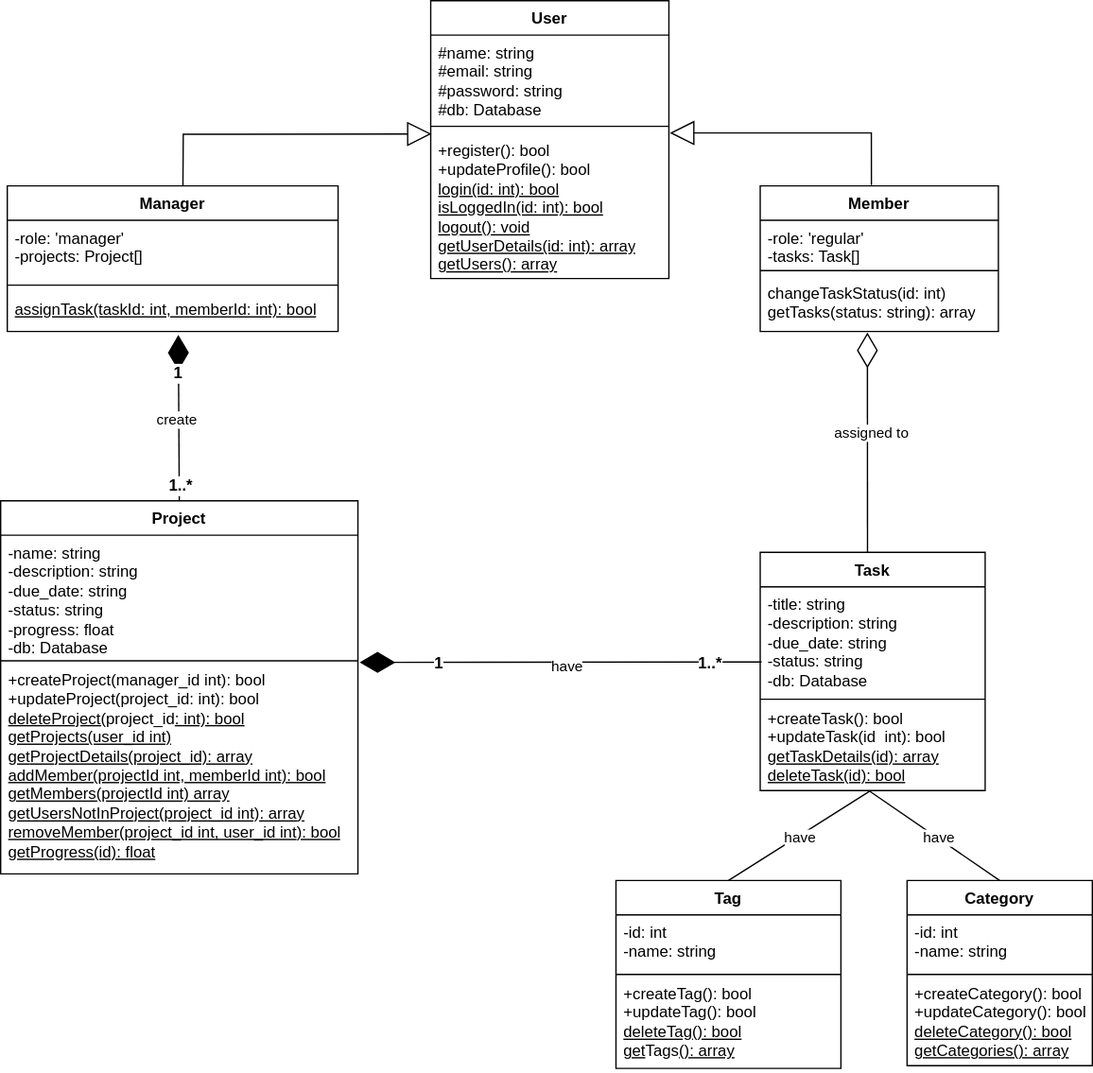
Before: UML Diagrams/class.svg, a diagram exported from draw.io (Youcode-Classe-E-2024-2025/Ayoub_Akraou-Project). Source tidied: cells renumbered, new cells last; positions are measured from the earlier drawing's top-left corner, leaving out a move shared by most shapes.
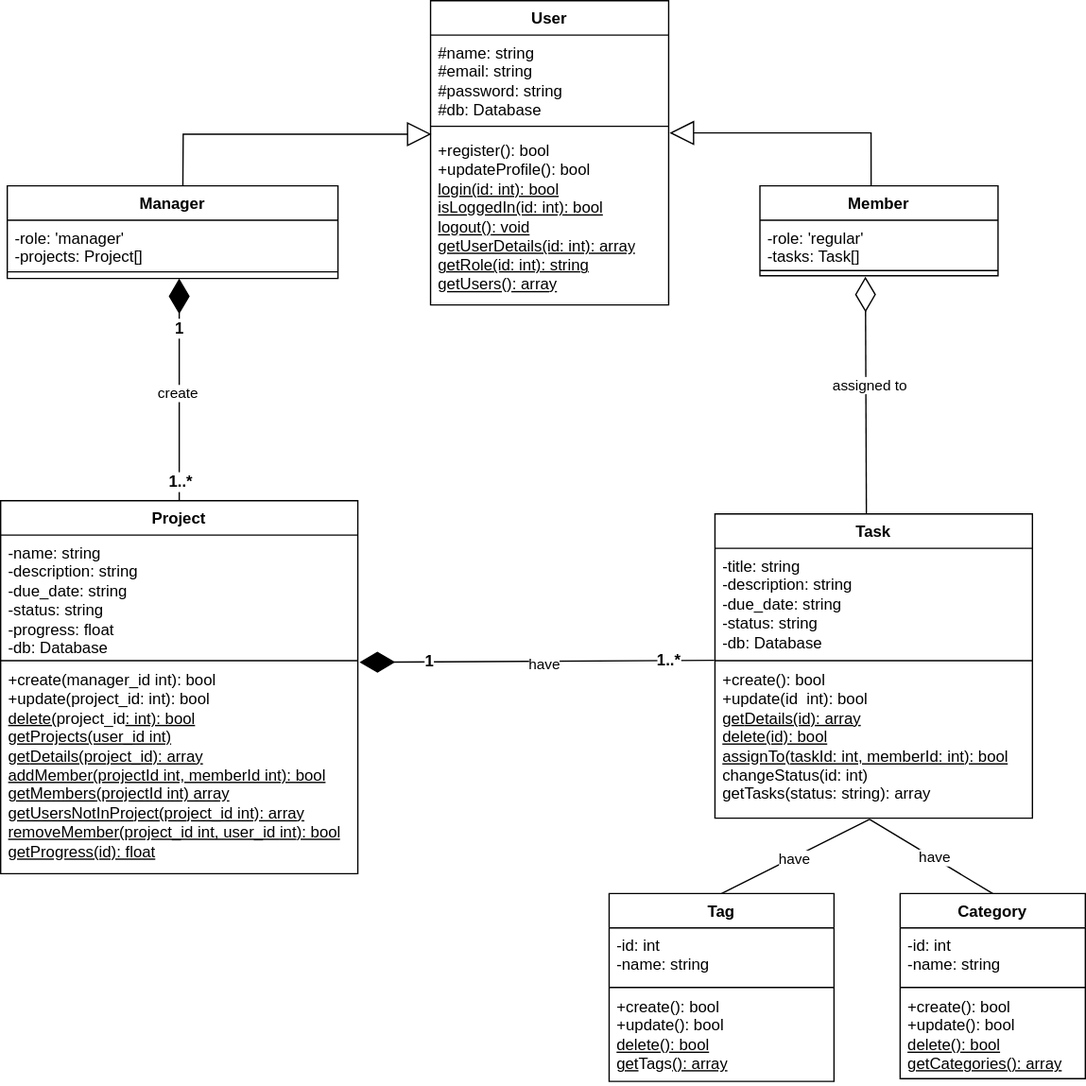
After the change.

Commit message:
mettre a jour les diagrams UML

The edit, as a diff of the source:
```diff
@@ -5,3 +5,3 @@
     <mxCell id="2" value="User" style="swimlane;fontStyle=1;align=center;verticalAlign=top;horizontal=1;startSize=26;whiteSpace=wrap;html=1;" parent="1" vertex="1">
-      <mxGeometry x="325" width="180" height="210" as="geometry" />
+      <mxGeometry x="325" width="180" height="230" as="geometry" />
     </mxCell>
@@ -13,29 +13,26 @@
     </mxCell>
-    <mxCell id="5" value="&lt;div&gt;&lt;span style=&quot;background-color: transparent; color: light-dark(rgb(0, 0, 0), rgb(255, 255, 255));&quot;&gt;+register(): bool&lt;/span&gt;&lt;/div&gt;&lt;div&gt;+updateProfile(): bool&lt;u&gt;&lt;/u&gt;&lt;/div&gt;&lt;div&gt;&lt;u&gt;login(id: int): bool&lt;/u&gt;&lt;/div&gt;&lt;div&gt;&lt;u&gt;isLoggedIn(id: int): bool&lt;/u&gt;&lt;/div&gt;&lt;div&gt;&lt;u&gt;logout(): void&lt;/u&gt;&lt;/div&gt;&lt;div&gt;&lt;u&gt;getUserDetails(id: int): array&lt;/u&gt;&lt;/div&gt;&lt;div&gt;&lt;u&gt;getUsers(): array&lt;/u&gt;&lt;/div&gt;" style="text;strokeColor=none;fillColor=none;align=left;verticalAlign=top;spacingLeft=4;spacingRight=4;overflow=hidden;points=[[0,0.5],[1,0.5]];portConstraint=eastwest;whiteSpace=wrap;html=1;" parent="2" vertex="1">
-      <mxGeometry y="100" width="180" height="110" as="geometry" />
+    <mxCell id="5" value="&lt;div&gt;&lt;span style=&quot;background-color: transparent; color: light-dark(rgb(0, 0, 0), rgb(255, 255, 255));&quot;&gt;+register(): bool&lt;/span&gt;&lt;/div&gt;&lt;div&gt;+updateProfile(): bool&lt;u&gt;&lt;/u&gt;&lt;/div&gt;&lt;div&gt;&lt;u&gt;login(id: int): bool&lt;/u&gt;&lt;/div&gt;&lt;div&gt;&lt;u&gt;isLoggedIn(id: int): bool&lt;/u&gt;&lt;/div&gt;&lt;div&gt;&lt;u&gt;logout(): void&lt;/u&gt;&lt;/div&gt;&lt;div&gt;&lt;u&gt;getUserDetails(id: int): array&lt;/u&gt;&lt;/div&gt;&lt;div&gt;&lt;u&gt;getRole(id: int): string&lt;/u&gt;&lt;/div&gt;&lt;div&gt;&lt;u&gt;getUsers(): array&lt;/u&gt;&lt;/div&gt;" style="text;strokeColor=none;fillColor=none;align=left;verticalAlign=top;spacingLeft=4;spacingRight=4;overflow=hidden;points=[[0,0.5],[1,0.5]];portConstraint=eastwest;whiteSpace=wrap;html=1;" parent="2" vertex="1">
+      <mxGeometry y="100" width="180" height="130" as="geometry" />
     </mxCell>
     <mxCell id="6" value="Task" style="swimlane;fontStyle=1;align=center;verticalAlign=top;horizontal=1;startSize=26;whiteSpace=wrap;html=1;" parent="1" vertex="1">
-      <mxGeometry x="574" y="417" width="170" height="180" as="geometry" />
+      <mxGeometry x="540" y="388" width="240" height="230" as="geometry" />
     </mxCell>
     <mxCell id="7" value="&lt;div&gt;&lt;span style=&quot;background-color: transparent; color: light-dark(rgb(0, 0, 0), rgb(255, 255, 255));&quot;&gt;-title: string&lt;/span&gt;&lt;/div&gt;&lt;div&gt;-description: string&lt;/div&gt;&lt;div&gt;-due_date: string&lt;/div&gt;&lt;div&gt;-status: string&lt;/div&gt;&lt;div&gt;-db: Database&lt;/div&gt;" style="text;strokeColor=none;fillColor=none;align=left;verticalAlign=top;spacingLeft=4;spacingRight=4;overflow=hidden;points=[[0,0.5],[1,0.5]];portConstraint=eastwest;whiteSpace=wrap;html=1;" parent="6" vertex="1">
-      <mxGeometry y="26" width="170" height="84" as="geometry" />
+      <mxGeometry y="26" width="240" height="84" as="geometry" />
     </mxCell>
     <mxCell id="8" style="line;strokeWidth=1;fillColor=none;align=left;verticalAlign=middle;spacingTop=-1;spacingLeft=3;spacingRight=3;labelPosition=right;strokeColor=inherit;" parent="6" vertex="1">
-      <mxGeometry y="110" width="170" height="2" as="geometry" />
+      <mxGeometry y="110" width="240" height="2" as="geometry" />
     </mxCell>
-    <mxCell id="9" value="&lt;div&gt;+createTask(): bool&lt;u style=&quot;background-color: transparent; color: light-dark(rgb(0, 0, 0), rgb(255, 255, 255));&quot;&gt;&lt;/u&gt;&lt;/div&gt;&lt;div&gt;+updateTask(id&amp;nbsp; int): bool&lt;/div&gt;&lt;div&gt;&lt;u style=&quot;background-color: transparent; color: light-dark(rgb(0, 0, 0), rgb(255, 255, 255));&quot;&gt;getTask&lt;span style=&quot;background-color: transparent; color: light-dark(rgb(0, 0, 0), rgb(255, 255, 255));&quot;&gt;Details(id): array&lt;/span&gt;&lt;/u&gt;&lt;/div&gt;&lt;div&gt;&lt;div&gt;&lt;u&gt;deleteTask(id): bool&lt;/u&gt;&lt;/div&gt;&lt;/div&gt;" style="text;strokeColor=none;fillColor=none;align=left;verticalAlign=top;spacingLeft=4;spacingRight=4;overflow=hidden;points=[[0,0.5],[1,0.5]];portConstraint=eastwest;whiteSpace=wrap;html=1;" parent="6" vertex="1">
-      <mxGeometry y="112" width="170" height="68" as="geometry" />
+    <mxCell id="9" value="&lt;div&gt;+create(): bool&lt;u style=&quot;background-color: transparent; color: light-dark(rgb(0, 0, 0), rgb(255, 255, 255));&quot;&gt;&lt;/u&gt;&lt;/div&gt;&lt;div&gt;+update(id&amp;nbsp; int): bool&lt;/div&gt;&lt;div&gt;&lt;u style=&quot;background-color: transparent; color: light-dark(rgb(0, 0, 0), rgb(255, 255, 255));&quot;&gt;get&lt;span style=&quot;background-color: transparent; color: light-dark(rgb(0, 0, 0), rgb(255, 255, 255));&quot;&gt;Details(id): array&lt;/span&gt;&lt;/u&gt;&lt;/div&gt;&lt;div&gt;&lt;div&gt;&lt;u&gt;delete(id): bool&lt;/u&gt;&lt;/div&gt;&lt;/div&gt;&lt;div&gt;&lt;u style=&quot;color: light-dark(rgb(0, 0, 0), rgb(255, 255, 255)); background-color: transparent;&quot;&gt;assignTo(taskId: int, memberId: int): bool&lt;/u&gt;&lt;/div&gt;&lt;div&gt;&lt;span style=&quot;text-wrap-mode: nowrap;&quot;&gt;changeStatus(id: int)&lt;/span&gt;&lt;div style=&quot;text-wrap-mode: nowrap;&quot;&gt;getTasks(status: string): array&lt;/div&gt;&lt;/div&gt;" style="text;strokeColor=none;fillColor=none;align=left;verticalAlign=top;spacingLeft=4;spacingRight=4;overflow=hidden;points=[[0,0.5],[1,0.5]];portConstraint=eastwest;whiteSpace=wrap;html=1;" parent="6" vertex="1">
+      <mxGeometry y="112" width="240" height="118" as="geometry" />
     </mxCell>
     <mxCell id="10" value="Manager" style="swimlane;fontStyle=1;align=center;verticalAlign=top;horizontal=1;startSize=26;whiteSpace=wrap;html=1;" parent="1" vertex="1">
-      <mxGeometry x="5" y="140" width="250" height="110" as="geometry" />
+      <mxGeometry x="5" y="140" width="250" height="70" as="geometry" />
     </mxCell>
     <mxCell id="11" value="&lt;div&gt;-role: 'manager'&lt;/div&gt;-projects: Project[]" style="text;strokeColor=none;fillColor=none;align=left;verticalAlign=top;spacingLeft=4;spacingRight=4;overflow=hidden;whiteSpace=wrap;html=1;" parent="10" vertex="1">
-      <mxGeometry y="26" width="250" height="44" as="geometry" />
+      <mxGeometry y="26" width="250" height="34" as="geometry" />
     </mxCell>
     <mxCell id="12" style="line;strokeWidth=1;fillColor=none;align=left;verticalAlign=middle;spacingTop=-1;spacingLeft=3;spacingRight=3;labelPosition=right;strokeColor=inherit;" parent="10" vertex="1">
-      <mxGeometry y="70" width="250" height="10" as="geometry" />
+      <mxGeometry y="60" width="250" height="10" as="geometry" />
     </mxCell>
-    <mxCell id="13" value="&lt;div&gt;&lt;div&gt;&lt;u style=&quot;background-color: transparent; color: light-dark(rgb(0, 0, 0), rgb(255, 255, 255));&quot;&gt;assignTask(taskId: int, memberId: int): bool&lt;/u&gt;&lt;/div&gt;&lt;/div&gt;" style="text;strokeColor=none;fillColor=none;align=left;verticalAlign=top;spacingLeft=4;spacingRight=4;overflow=hidden;points=[[0,0.5],[1,0.5]];portConstraint=eastwest;whiteSpace=wrap;html=1;" parent="10" vertex="1">
-      <mxGeometry y="80" width="250" height="30" as="geometry" />
-    </mxCell>
     <mxCell id="14" value="Project" style="swimlane;fontStyle=1;align=center;verticalAlign=top;horizontal=1;startSize=26;whiteSpace=wrap;html=1;" parent="1" vertex="1">
@@ -49,3 +46,3 @@
     </mxCell>
-    <mxCell id="17" value="&lt;div&gt;+createProject(manager_id int): bool&lt;div&gt;&lt;div&gt;&lt;span style=&quot;background-color: transparent; color: light-dark(rgb(0, 0, 0), rgb(255, 255, 255));&quot;&gt;+updateProject(project_id: int): bool&lt;/span&gt;&lt;/div&gt;&lt;div&gt;&lt;u&gt;deleteProject(&lt;/u&gt;&lt;span style=&quot;background-color: transparent; color: light-dark(rgb(0, 0, 0), rgb(255, 255, 255));&quot;&gt;project_id&lt;/span&gt;&lt;u style=&quot;background-color: transparent; color: light-dark(rgb(0, 0, 0), rgb(255, 255, 255));&quot;&gt;: int): bool&lt;/u&gt;&lt;/div&gt;&lt;/div&gt;&lt;/div&gt;&lt;div&gt;&lt;u style=&quot;background-color: transparent; color: light-dark(rgb(0, 0, 0), rgb(255, 255, 255));&quot;&gt;getProjects(user_id int)&lt;/u&gt;&lt;/div&gt;&lt;div&gt;&lt;u style=&quot;background-color: transparent; color: light-dark(rgb(0, 0, 0), rgb(255, 255, 255));&quot;&gt;get&lt;span style=&quot;background-color: transparent; color: light-dark(rgb(0, 0, 0), rgb(255, 255, 255));&quot;&gt;ProjectDetails(project_id): array&lt;/span&gt;&lt;/u&gt;&lt;/div&gt;&lt;div&gt;&lt;u style=&quot;background-color: transparent; color: light-dark(rgb(0, 0, 0), rgb(255, 255, 255));&quot;&gt;addMember(projectId int, memberId int): bool&lt;/u&gt;&lt;/div&gt;&lt;div&gt;&lt;u style=&quot;background-color: transparent; color: light-dark(rgb(0, 0, 0), rgb(255, 255, 255));&quot;&gt;getMembers(projectId int) array&lt;/u&gt;&lt;/div&gt;&lt;div&gt;&lt;u style=&quot;background-color: transparent; color: light-dark(rgb(0, 0, 0), rgb(255, 255, 255));&quot;&gt;getUsersNotInProject(project_id int): array&lt;/u&gt;&lt;/div&gt;&lt;div&gt;&lt;u&gt;removeMember(project_id int, user_id&amp;nbsp;&lt;/u&gt;&lt;u style=&quot;background-color: transparent; color: light-dark(rgb(0, 0, 0), rgb(255, 255, 255));&quot;&gt;int&lt;/u&gt;&lt;u style=&quot;background-color: transparent; color: light-dark(rgb(0, 0, 0), rgb(255, 255, 255));&quot;&gt;): bool&lt;/u&gt;&lt;/div&gt;&lt;div&gt;&lt;u style=&quot;background-color: transparent; color: light-dark(rgb(0, 0, 0), rgb(255, 255, 255));&quot;&gt;getProgress(id): float&lt;/u&gt;&lt;/div&gt;" style="text;strokeColor=none;fillColor=none;align=left;verticalAlign=top;spacingLeft=4;spacingRight=4;overflow=hidden;whiteSpace=wrap;html=1;" parent="14" vertex="1">
+    <mxCell id="17" value="&lt;div&gt;+create(manager_id int): bool&lt;div&gt;&lt;div&gt;&lt;span style=&quot;background-color: transparent; color: light-dark(rgb(0, 0, 0), rgb(255, 255, 255));&quot;&gt;+update(project_id: int): bool&lt;/span&gt;&lt;/div&gt;&lt;div&gt;&lt;u&gt;delete(&lt;/u&gt;&lt;span style=&quot;background-color: transparent; color: light-dark(rgb(0, 0, 0), rgb(255, 255, 255));&quot;&gt;project_id&lt;/span&gt;&lt;u style=&quot;background-color: transparent; color: light-dark(rgb(0, 0, 0), rgb(255, 255, 255));&quot;&gt;: int): bool&lt;/u&gt;&lt;/div&gt;&lt;/div&gt;&lt;/div&gt;&lt;div&gt;&lt;u style=&quot;background-color: transparent; color: light-dark(rgb(0, 0, 0), rgb(255, 255, 255));&quot;&gt;getProjects(user_id int)&lt;/u&gt;&lt;/div&gt;&lt;div&gt;&lt;u style=&quot;background-color: transparent; color: light-dark(rgb(0, 0, 0), rgb(255, 255, 255));&quot;&gt;get&lt;span style=&quot;background-color: transparent; color: light-dark(rgb(0, 0, 0), rgb(255, 255, 255));&quot;&gt;Details(project_id): array&lt;/span&gt;&lt;/u&gt;&lt;/div&gt;&lt;div&gt;&lt;u style=&quot;background-color: transparent; color: light-dark(rgb(0, 0, 0), rgb(255, 255, 255));&quot;&gt;addMember(projectId int, memberId int): bool&lt;/u&gt;&lt;/div&gt;&lt;div&gt;&lt;u style=&quot;background-color: transparent; color: light-dark(rgb(0, 0, 0), rgb(255, 255, 255));&quot;&gt;getMembers(projectId int) array&lt;/u&gt;&lt;/div&gt;&lt;div&gt;&lt;u style=&quot;background-color: transparent; color: light-dark(rgb(0, 0, 0), rgb(255, 255, 255));&quot;&gt;getUsersNotInProject(project_id int): array&lt;/u&gt;&lt;/div&gt;&lt;div&gt;&lt;u&gt;removeMember(project_id int, user_id&amp;nbsp;&lt;/u&gt;&lt;u style=&quot;background-color: transparent; color: light-dark(rgb(0, 0, 0), rgb(255, 255, 255));&quot;&gt;int&lt;/u&gt;&lt;u style=&quot;background-color: transparent; color: light-dark(rgb(0, 0, 0), rgb(255, 255, 255));&quot;&gt;): bool&lt;/u&gt;&lt;/div&gt;&lt;div&gt;&lt;u style=&quot;background-color: transparent; color: light-dark(rgb(0, 0, 0), rgb(255, 255, 255));&quot;&gt;getProgress(id): float&lt;/u&gt;&lt;/div&gt;" style="text;strokeColor=none;fillColor=none;align=left;verticalAlign=top;spacingLeft=4;spacingRight=4;overflow=hidden;whiteSpace=wrap;html=1;" parent="14" vertex="1">
       <mxGeometry y="122" width="270" height="160" as="geometry" />
@@ -53,3 +50,3 @@
     <mxCell id="18" value="Member" style="swimlane;fontStyle=1;align=center;verticalAlign=top;horizontal=1;startSize=26;whiteSpace=wrap;html=1;" parent="1" vertex="1">
-      <mxGeometry x="574" y="140" width="180" height="110" as="geometry" />
+      <mxGeometry x="574" y="140" width="180" height="68" as="geometry" />
     </mxCell>
@@ -61,5 +58,2 @@
     </mxCell>
-    <mxCell id="21" value="&lt;span style=&quot;text-wrap-mode: nowrap;&quot;&gt;changeTaskStatus(id: int)&lt;/span&gt;&lt;div style=&quot;text-wrap-mode: nowrap;&quot;&gt;getTasks(status: string): array&lt;/div&gt;" style="text;strokeColor=none;fillColor=none;align=left;verticalAlign=top;spacingLeft=4;spacingRight=4;overflow=hidden;whiteSpace=wrap;html=1;" parent="18" vertex="1">
-      <mxGeometry y="68" width="180" height="42" as="geometry" />
-    </mxCell>
     <mxCell id="22" style="endArrow=block;endSize=16;endFill=0;html=1;rounded=0;entryX=0.004;entryY=0.007;entryDx=0;entryDy=0;entryPerimeter=0;exitX=0.531;exitY=0;exitDx=0;exitDy=0;exitPerimeter=0;" parent="1" edge="1" source="10" target="5">
@@ -78,4 +72,7 @@
     </mxCell>
-    <mxCell id="24" style="endArrow=diamondThin;endFill=1;endSize=24;html=1;rounded=0;exitX=0.5;exitY=0;exitDx=0;exitDy=0;entryX=0.517;entryY=1.089;entryDx=0;entryDy=0;entryPerimeter=0;" parent="1" edge="1" source="14" target="13">
-      <mxGeometry relative="1" as="geometry" />
+    <mxCell id="24" style="endArrow=diamondThin;endFill=1;endSize=24;html=1;rounded=0;exitX=0.5;exitY=0;exitDx=0;exitDy=0;" parent="1" edge="1">
+      <mxGeometry relative="1" as="geometry">
+        <mxPoint x="135" y="378" as="sourcePoint" />
+        <mxPoint x="135" y="210" as="targetPoint" />
+      </mxGeometry>
     </mxCell>
@@ -94,3 +91,3 @@
     </mxCell>
-    <mxCell id="28" style="endArrow=diamondThin;endFill=1;endSize=24;html=1;rounded=0;exitX=0.006;exitY=0.677;exitDx=0;exitDy=0;entryX=1.005;entryY=1.023;entryDx=0;entryDy=0;entryPerimeter=0;exitPerimeter=0;" parent="1" edge="1" source="7" target="15">
+    <mxCell id="28" style="endArrow=diamondThin;endFill=1;endSize=24;html=1;rounded=0;exitX=-0.002;exitY=1.008;exitDx=0;exitDy=0;entryX=1.005;entryY=1.023;entryDx=0;entryDy=0;entryPerimeter=0;exitPerimeter=0;" parent="1" edge="1" source="7" target="15">
       <mxGeometry relative="1" as="geometry" />
@@ -108,6 +105,4 @@
     </mxCell>
-    <mxCell id="32" style="endArrow=diamondThin;endFill=0;endSize=24;html=1;rounded=0;entryX=0.45;entryY=1.044;entryDx=0;entryDy=0;entryPerimeter=0;exitX=0.477;exitY=0.001;exitDx=0;exitDy=0;exitPerimeter=0;" parent="1" edge="1" source="6">
-      <mxGeometry relative="1" as="geometry">
-        <mxPoint x="655" y="250.8" as="targetPoint" />
-      </mxGeometry>
+    <mxCell id="32" style="endArrow=diamondThin;endFill=0;endSize=24;html=1;rounded=0;entryX=0.443;entryY=1.083;entryDx=0;entryDy=0;entryPerimeter=0;exitX=0.477;exitY=0.001;exitDx=0;exitDy=0;exitPerimeter=0;" parent="1" edge="1" source="6" target="20">
+      <mxGeometry relative="1" as="geometry" />
     </mxCell>
@@ -119,3 +114,3 @@
     <mxCell id="34" value="Category" style="swimlane;fontStyle=1;align=center;verticalAlign=top;horizontal=1;startSize=26;whiteSpace=wrap;html=1;" parent="1" vertex="1">
-      <mxGeometry x="685" y="665" width="140" height="140" as="geometry" />
+      <mxGeometry x="680" y="675" width="140" height="140" as="geometry" />
     </mxCell>
@@ -127,3 +122,3 @@
     </mxCell>
-    <mxCell id="37" value="&lt;div&gt;+createCategory(): bool&lt;/div&gt;&lt;div&gt;+updateCategory(): bool&lt;/div&gt;&lt;div&gt;&lt;u&gt;deleteCategory(): bool&lt;/u&gt;&lt;/div&gt;&lt;div&gt;&lt;u&gt;getCategories(): array&lt;/u&gt;&lt;/div&gt;" style="text;strokeColor=none;fillColor=none;align=left;verticalAlign=top;spacingLeft=4;spacingRight=4;overflow=hidden;whiteSpace=wrap;html=1;" parent="34" vertex="1">
+    <mxCell id="37" value="&lt;div&gt;+create(): bool&lt;/div&gt;&lt;div&gt;+update(): bool&lt;/div&gt;&lt;div&gt;&lt;u&gt;delete(): bool&lt;/u&gt;&lt;/div&gt;&lt;div&gt;&lt;u&gt;getCategories(): array&lt;/u&gt;&lt;/div&gt;" style="text;strokeColor=none;fillColor=none;align=left;verticalAlign=top;spacingLeft=4;spacingRight=4;overflow=hidden;whiteSpace=wrap;html=1;" parent="34" vertex="1">
       <mxGeometry y="72" width="140" height="68" as="geometry" />
@@ -131,3 +126,3 @@
     <mxCell id="38" value="Tag" style="swimlane;fontStyle=1;align=center;verticalAlign=top;horizontal=1;startSize=26;whiteSpace=wrap;html=1;" parent="1" vertex="1">
-      <mxGeometry x="465" y="665" width="170" height="142" as="geometry" />
+      <mxGeometry x="460" y="675" width="170" height="142" as="geometry" />
     </mxCell>
@@ -139,3 +134,3 @@
     </mxCell>
-    <mxCell id="41" value="&lt;div&gt;+createTag(): bool&lt;/div&gt;&lt;div&gt;+updateTag(): bool&lt;/div&gt;&lt;div&gt;&lt;u&gt;deleteTag(): bool&lt;/u&gt;&lt;/div&gt;&lt;div&gt;&lt;u&gt;get&lt;/u&gt;Tags&lt;u&gt;(): array&lt;/u&gt;&lt;/div&gt;" style="text;strokeColor=none;fillColor=none;align=left;verticalAlign=top;spacingLeft=4;spacingRight=4;overflow=hidden;whiteSpace=wrap;html=1;" parent="38" vertex="1">
+    <mxCell id="41" value="&lt;div&gt;+create(): bool&lt;/div&gt;&lt;div&gt;+update(): bool&lt;/div&gt;&lt;div&gt;&lt;u&gt;delete(): bool&lt;/u&gt;&lt;/div&gt;&lt;div&gt;&lt;u&gt;get&lt;/u&gt;Tags&lt;u&gt;(): array&lt;/u&gt;&lt;/div&gt;" style="text;strokeColor=none;fillColor=none;align=left;verticalAlign=top;spacingLeft=4;spacingRight=4;overflow=hidden;whiteSpace=wrap;html=1;" parent="38" vertex="1">
       <mxGeometry y="72" width="170" height="70" as="geometry" />
```
